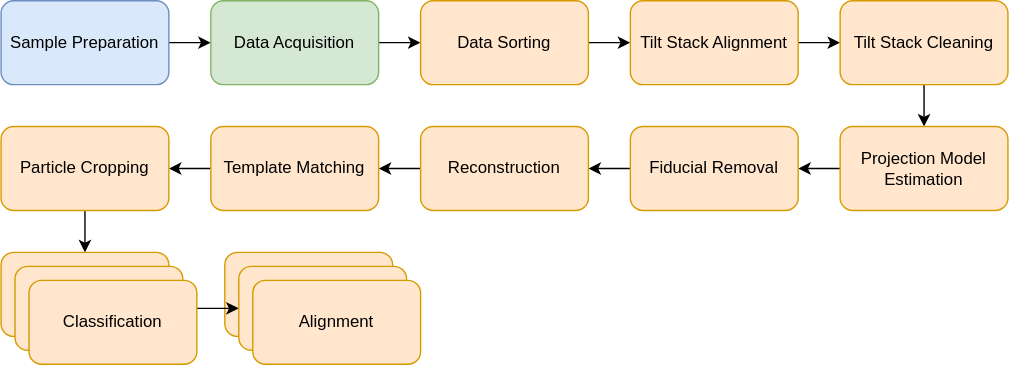
The draw.io diagram images/pipeline.svg in KudryashevLab/TomoBEAR, before a commit. Source tidied: cells renumbered, new cells last; positions are measured from the earlier drawing's top-left corner, leaving out a move shared by most shapes.
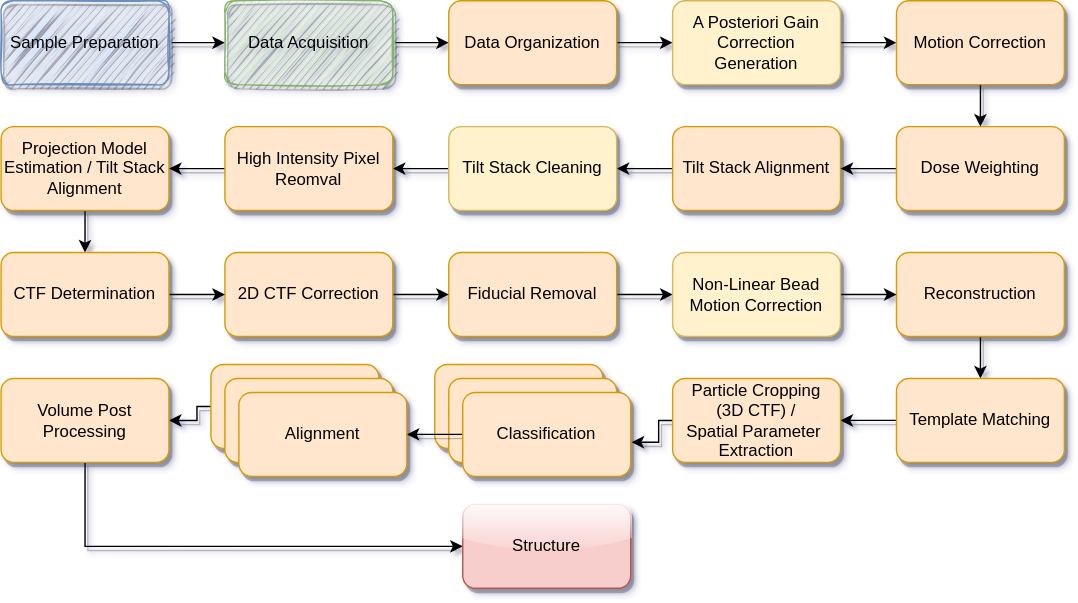
After the commit.

The edit, as a diff of the source:
```diff
@@ -2,86 +2,154 @@
   <root>
     <mxCell id="0" />
     <mxCell id="1" parent="0" />
-    <mxCell id="2" style="edgeStyle=orthogonalEdgeStyle;rounded=0;jettySize=auto;html=1;entryX=0;entryY=0.5;entryDx=0;entryDy=0;" parent="1" edge="1" source="3" target="5">
+    <mxCell id="2" style="edgeStyle=orthogonalEdgeStyle;rounded=0;jettySize=auto;html=1;entryX=0;entryY=0.5;entryDx=0;entryDy=0;shadow=1;" parent="1" edge="1" source="3" target="5">
       <mxGeometry relative="1" as="geometry" />
     </mxCell>
-    <mxCell id="3" value="Sample Preparation" style="rounded=1;whiteSpace=wrap;html=1;fillColor=#dae8fc;strokeColor=#6c8ebf;" parent="1" vertex="1">
+    <mxCell id="3" value="Sample Preparation" style="rounded=1;whiteSpace=wrap;html=1;fillColor=#dae8fc;strokeColor=#6c8ebf;shadow=1;sketch=1;" parent="1" vertex="1">
       <mxGeometry width="120" height="60" as="geometry" />
     </mxCell>
-    <mxCell id="4" style="edgeStyle=orthogonalEdgeStyle;rounded=0;jettySize=auto;html=1;" parent="1" edge="1" source="5" target="7">
+    <mxCell id="4" style="edgeStyle=orthogonalEdgeStyle;rounded=0;jettySize=auto;html=1;shadow=1;" parent="1" edge="1" source="5" target="7">
       <mxGeometry relative="1" as="geometry" />
     </mxCell>
-    <mxCell id="5" value="Data Acquisition" style="rounded=1;whiteSpace=wrap;html=1;fillColor=#d5e8d4;strokeColor=#82b366;" parent="1" vertex="1">
-      <mxGeometry x="150" width="120" height="60" as="geometry" />
+    <mxCell id="5" value="Data Acquisition" style="rounded=1;whiteSpace=wrap;html=1;fillColor=#d5e8d4;strokeColor=#82b366;sketch=1;shadow=1;" parent="1" vertex="1">
+      <mxGeometry x="160" width="120" height="60" as="geometry" />
     </mxCell>
-    <mxCell id="6" style="edgeStyle=orthogonalEdgeStyle;rounded=0;jettySize=auto;html=1;" parent="1" edge="1" source="7" target="9">
+    <mxCell id="6" style="edgeStyle=orthogonalEdgeStyle;rounded=0;jettySize=auto;html=1;entryX=0;entryY=0.5;entryDx=0;entryDy=0;shadow=1;" parent="1" edge="1" source="7" target="39">
       <mxGeometry relative="1" as="geometry" />
     </mxCell>
-    <mxCell id="7" value="Data Sorting" style="rounded=1;whiteSpace=wrap;html=1;fillColor=#ffe6cc;strokeColor=#d79b00;" parent="1" vertex="1">
-      <mxGeometry x="300" width="120" height="60" as="geometry" />
+    <mxCell id="7" value="Data Organization" style="rounded=1;whiteSpace=wrap;html=1;fillColor=#ffe6cc;strokeColor=#d79b00;shadow=1;" parent="1" vertex="1">
+      <mxGeometry x="320" width="120" height="60" as="geometry" />
     </mxCell>
-    <mxCell id="8" style="edgeStyle=orthogonalEdgeStyle;rounded=0;jettySize=auto;html=1;" parent="1" edge="1" source="9" target="11">
+    <mxCell id="8" style="edgeStyle=orthogonalEdgeStyle;rounded=0;jettySize=auto;html=1;entryX=1;entryY=0.5;entryDx=0;entryDy=0;endArrow=classic;endFill=1;strokeWidth=1;shadow=1;" parent="1" edge="1" source="9" target="11">
       <mxGeometry relative="1" as="geometry" />
     </mxCell>
-    <mxCell id="9" value="Tilt Stack Alignment" style="rounded=1;whiteSpace=wrap;html=1;fillColor=#ffe6cc;strokeColor=#d79b00;" parent="1" vertex="1">
-      <mxGeometry x="450" width="120" height="60" as="geometry" />
+    <mxCell id="9" value="Tilt Stack Alignment" style="rounded=1;whiteSpace=wrap;html=1;fillColor=#ffe6cc;strokeColor=#d79b00;shadow=1;" parent="1" vertex="1">
+      <mxGeometry x="480" y="90" width="120" height="60" as="geometry" />
     </mxCell>
-    <mxCell id="10" style="edgeStyle=orthogonalEdgeStyle;rounded=0;jettySize=auto;html=1;" parent="1" edge="1" source="11" target="13">
-      <mxGeometry relative="1" as="geometry" />
-    </mxCell>
+    <mxCell id="29" style="edgeStyle=orthogonalEdgeStyle;rounded=0;jettySize=auto;html=1;entryX=1;entryY=0.5;entryDx=0;entryDy=0;endArrow=classic;endFill=1;strokeWidth=1;shadow=1;" parent="1" edge="1" source="11" target="51">
+      <mxGeometry relative="1" as="geometry" />
+    </mxCell>
-    <mxCell id="11" value="Tilt Stack Cleaning" style="rounded=1;whiteSpace=wrap;html=1;fillColor=#ffe6cc;strokeColor=#d79b00;" parent="1" vertex="1">
-      <mxGeometry x="600" width="120" height="60" as="geometry" />
+    <mxCell id="11" value="Tilt Stack Cleaning" style="rounded=1;whiteSpace=wrap;html=1;fillColor=#fff2cc;strokeColor=#d6b656;shadow=1;" parent="1" vertex="1">
+      <mxGeometry x="320" y="90" width="120" height="60" as="geometry" />
     </mxCell>
-    <mxCell id="12" style="edgeStyle=orthogonalEdgeStyle;rounded=0;jettySize=auto;html=1;" parent="1" edge="1" source="13" target="15">
-      <mxGeometry relative="1" as="geometry" />
-    </mxCell>
+    <mxCell id="30" style="edgeStyle=orthogonalEdgeStyle;rounded=0;jettySize=auto;html=1;entryX=0.5;entryY=0;entryDx=0;entryDy=0;endArrow=classic;endFill=1;strokeWidth=1;shadow=1;" parent="1" edge="1" source="13" target="45">
+      <mxGeometry relative="1" as="geometry" />
+    </mxCell>
-    <mxCell id="13" value="Projection Model Estimation" style="rounded=1;whiteSpace=wrap;html=1;fillColor=#ffe6cc;strokeColor=#d79b00;" parent="1" vertex="1">
-      <mxGeometry x="600" y="90" width="120" height="60" as="geometry" />
+    <mxCell id="13" value="Projection Model Estimation / Tilt Stack Alignment" style="rounded=1;whiteSpace=wrap;html=1;fillColor=#ffe6cc;strokeColor=#d79b00;shadow=1;" parent="1" vertex="1">
+      <mxGeometry y="90" width="120" height="60" as="geometry" />
     </mxCell>
-    <mxCell id="14" style="edgeStyle=orthogonalEdgeStyle;rounded=0;jettySize=auto;html=1;" parent="1" edge="1" source="15" target="17">
-      <mxGeometry relative="1" as="geometry" />
-    </mxCell>
+    <mxCell id="31" style="edgeStyle=orthogonalEdgeStyle;rounded=0;jettySize=auto;html=1;entryX=0;entryY=0.5;entryDx=0;entryDy=0;endArrow=classic;endFill=1;strokeWidth=1;shadow=1;" parent="1" edge="1" source="15" target="41">
+      <mxGeometry relative="1" as="geometry" />
+    </mxCell>
-    <mxCell id="15" value="Fiducial Removal" style="rounded=1;whiteSpace=wrap;html=1;fillColor=#ffe6cc;strokeColor=#d79b00;" parent="1" vertex="1">
-      <mxGeometry x="450" y="90" width="120" height="60" as="geometry" />
+    <mxCell id="15" value="Fiducial Removal" style="rounded=1;whiteSpace=wrap;html=1;fillColor=#ffe6cc;strokeColor=#d79b00;shadow=1;" parent="1" vertex="1">
+      <mxGeometry x="320" y="180" width="120" height="60" as="geometry" />
     </mxCell>
-    <mxCell id="16" style="edgeStyle=orthogonalEdgeStyle;rounded=0;jettySize=auto;html=1;" parent="1" edge="1" source="17" target="19">
+    <mxCell id="16" style="edgeStyle=orthogonalEdgeStyle;rounded=0;jettySize=auto;html=1;entryX=0.5;entryY=0;entryDx=0;entryDy=0;endArrow=classic;endFill=1;strokeWidth=1;shadow=1;" parent="1" edge="1" source="17" target="19">
       <mxGeometry relative="1" as="geometry" />
     </mxCell>
-    <mxCell id="17" value="&lt;div&gt;Reconstruction&lt;/div&gt;" style="rounded=1;whiteSpace=wrap;html=1;fillColor=#ffe6cc;strokeColor=#d79b00;" parent="1" vertex="1">
-      <mxGeometry x="300" y="90" width="120" height="60" as="geometry" />
+    <mxCell id="17" value="&lt;div&gt;Reconstruction&lt;/div&gt;" style="rounded=1;whiteSpace=wrap;html=1;fillColor=#ffe6cc;strokeColor=#d79b00;shadow=1;" parent="1" vertex="1">
+      <mxGeometry x="640" y="180" width="120" height="60" as="geometry" />
     </mxCell>
-    <mxCell id="18" style="edgeStyle=orthogonalEdgeStyle;rounded=0;jettySize=auto;html=1;" parent="1" edge="1" source="19" target="21">
+    <mxCell id="18" style="edgeStyle=orthogonalEdgeStyle;rounded=0;jettySize=auto;html=1;entryX=1;entryY=0.5;entryDx=0;entryDy=0;endArrow=classic;endFill=1;strokeWidth=1;shadow=1;" parent="1" edge="1" source="19" target="21">
       <mxGeometry relative="1" as="geometry" />
     </mxCell>
-    <mxCell id="19" value="Template Matching" style="rounded=1;whiteSpace=wrap;html=1;fillColor=#ffe6cc;strokeColor=#d79b00;" parent="1" vertex="1">
-      <mxGeometry x="150" y="90" width="120" height="60" as="geometry" />
+    <mxCell id="19" value="Template Matching" style="rounded=1;whiteSpace=wrap;html=1;fillColor=#ffe6cc;strokeColor=#d79b00;shadow=1;" parent="1" vertex="1">
+      <mxGeometry x="640" y="270" width="120" height="60" as="geometry" />
     </mxCell>
-    <mxCell id="20" style="edgeStyle=orthogonalEdgeStyle;rounded=0;jettySize=auto;html=1;" parent="1" edge="1" source="21" target="22">
-      <mxGeometry relative="1" as="geometry" />
-    </mxCell>
+    <mxCell id="32" style="edgeStyle=orthogonalEdgeStyle;rounded=0;jettySize=auto;html=1;entryX=1.006;entryY=0.593;entryDx=0;entryDy=0;entryPerimeter=0;endArrow=classic;endFill=1;strokeWidth=1;shadow=1;" parent="1" edge="1" source="21" target="26">
+      <mxGeometry relative="1" as="geometry">
+        <Array as="points">
+          <mxPoint x="470" y="300" />
+          <mxPoint x="470" y="316" />
+        </Array>
+      </mxGeometry>
+    </mxCell>
-    <mxCell id="21" value="Particle Cropping" style="rounded=1;whiteSpace=wrap;html=1;fillColor=#ffe6cc;strokeColor=#d79b00;" parent="1" vertex="1">
-      <mxGeometry y="90" width="120" height="60" as="geometry" />
+    <mxCell id="21" value="&lt;div&gt;Particle Cropping&lt;/div&gt;&lt;div&gt;(3D CTF) /&lt;/div&gt;&lt;div&gt;Spatial Parameter&amp;nbsp; Extraction&lt;/div&gt;" style="rounded=1;whiteSpace=wrap;html=1;fillColor=#ffe6cc;strokeColor=#d79b00;shadow=1;" parent="1" vertex="1">
+      <mxGeometry x="480" y="270" width="120" height="60" as="geometry" />
     </mxCell>
-    <mxCell id="22" value="Classification" style="rounded=1;whiteSpace=wrap;html=1;fillColor=#ffe6cc;strokeColor=#d79b00;" parent="1" vertex="1">
-      <mxGeometry y="180" width="120" height="60" as="geometry" />
+    <mxCell id="22" value="Classification" style="rounded=1;whiteSpace=wrap;html=1;fillColor=#ffe6cc;strokeColor=#d79b00;shadow=1;" parent="1" vertex="1">
+      <mxGeometry x="310" y="260" width="120" height="60" as="geometry" />
     </mxCell>
+    <mxCell id="33" style="edgeStyle=orthogonalEdgeStyle;rounded=0;jettySize=auto;html=1;entryX=1;entryY=0.5;entryDx=0;entryDy=0;endArrow=classic;endFill=1;strokeWidth=1;shadow=1;" parent="1" edge="1" source="23" target="36">
+      <mxGeometry relative="1" as="geometry">
+        <Array as="points">
+          <mxPoint x="140" y="290" />
+          <mxPoint x="140" y="300" />
+        </Array>
+      </mxGeometry>
+    </mxCell>
-    <mxCell id="23" value="Alignment" style="rounded=1;whiteSpace=wrap;html=1;fillColor=#ffe6cc;strokeColor=#d79b00;" parent="1" vertex="1">
-      <mxGeometry x="160" y="180" width="120" height="60" as="geometry" />
+    <mxCell id="23" value="Alignment" style="rounded=1;whiteSpace=wrap;html=1;fillColor=#ffe6cc;strokeColor=#d79b00;shadow=1;" parent="1" vertex="1">
+      <mxGeometry x="150" y="260" width="120" height="60" as="geometry" />
     </mxCell>
-    <mxCell id="24" style="edgeStyle=orthogonalEdgeStyle;rounded=0;jettySize=auto;html=1;entryX=0;entryY=0.5;entryDx=0;entryDy=0;" parent="1" edge="1" source="25" target="27">
-      <mxGeometry relative="1" as="geometry" />
-    </mxCell>
-    <mxCell id="25" value="Classification" style="rounded=1;whiteSpace=wrap;html=1;fillColor=#ffe6cc;strokeColor=#d79b00;" parent="1" vertex="1">
-      <mxGeometry x="10" y="190" width="120" height="60" as="geometry" />
+    <mxCell id="25" value="Classification" style="rounded=1;whiteSpace=wrap;html=1;fillColor=#ffe6cc;strokeColor=#d79b00;shadow=1;" parent="1" vertex="1">
+      <mxGeometry x="320" y="270" width="120" height="60" as="geometry" />
     </mxCell>
+    <mxCell id="34" style="edgeStyle=orthogonalEdgeStyle;rounded=0;jettySize=auto;html=1;entryX=1;entryY=0.5;entryDx=0;entryDy=0;endArrow=classic;endFill=1;strokeWidth=1;shadow=1;" parent="1" edge="1" source="26" target="28">
+      <mxGeometry relative="1" as="geometry" />
+    </mxCell>
-    <mxCell id="26" value="Classification" style="rounded=1;whiteSpace=wrap;html=1;fillColor=#ffe6cc;strokeColor=#d79b00;" parent="1" vertex="1">
-      <mxGeometry x="20" y="200" width="120" height="60" as="geometry" />
+    <mxCell id="26" value="Classification" style="rounded=1;whiteSpace=wrap;html=1;fillColor=#ffe6cc;strokeColor=#d79b00;shadow=1;" parent="1" vertex="1">
+      <mxGeometry x="330" y="280" width="120" height="60" as="geometry" />
     </mxCell>
-    <mxCell id="27" value="Alignment" style="rounded=1;whiteSpace=wrap;html=1;fillColor=#ffe6cc;strokeColor=#d79b00;" parent="1" vertex="1">
-      <mxGeometry x="170" y="190" width="120" height="60" as="geometry" />
+    <mxCell id="27" value="Alignment" style="rounded=1;whiteSpace=wrap;html=1;fillColor=#ffe6cc;strokeColor=#d79b00;shadow=1;" parent="1" vertex="1">
+      <mxGeometry x="160" y="270" width="120" height="60" as="geometry" />
     </mxCell>
-    <mxCell id="28" value="Alignment" style="rounded=1;whiteSpace=wrap;html=1;fillColor=#ffe6cc;strokeColor=#d79b00;" parent="1" vertex="1">
-      <mxGeometry x="180" y="200" width="120" height="60" as="geometry" />
+    <mxCell id="28" value="Alignment" style="rounded=1;whiteSpace=wrap;html=1;fillColor=#ffe6cc;strokeColor=#d79b00;shadow=1;" parent="1" vertex="1">
+      <mxGeometry x="170" y="280" width="120" height="60" as="geometry" />
     </mxCell>
+    <mxCell id="35" style="edgeStyle=orthogonalEdgeStyle;rounded=0;jettySize=auto;html=1;entryX=0;entryY=0.5;entryDx=0;entryDy=0;endArrow=classic;endFill=1;strokeWidth=1;shadow=1;" parent="1" edge="1" source="36" target="37">
+      <mxGeometry relative="1" as="geometry">
+        <Array as="points">
+          <mxPoint x="60" y="390" />
+        </Array>
+      </mxGeometry>
+    </mxCell>
+    <mxCell id="36" value="Volume Post Processing" style="rounded=1;whiteSpace=wrap;html=1;fillColor=#ffe6cc;strokeColor=#d79b00;shadow=1;" parent="1" vertex="1">
+      <mxGeometry y="270" width="120" height="60" as="geometry" />
+    </mxCell>
+    <mxCell id="37" value="Structure" style="rounded=1;whiteSpace=wrap;html=1;fillColor=#f8cecc;strokeColor=#b85450;sketch=0;glass=1;shadow=1;" parent="1" vertex="1">
+      <mxGeometry x="330" y="360" width="120" height="60" as="geometry" />
+    </mxCell>
+    <mxCell id="38" style="edgeStyle=orthogonalEdgeStyle;rounded=0;jettySize=auto;html=1;entryX=0;entryY=0.5;entryDx=0;entryDy=0;endArrow=classic;endFill=1;strokeWidth=1;shadow=1;" parent="1" edge="1" source="39" target="49">
+      <mxGeometry relative="1" as="geometry" />
+    </mxCell>
+    <mxCell id="39" value="A Posteriori Gain Correction Generation" style="rounded=1;whiteSpace=wrap;html=1;fillColor=#fff2cc;strokeColor=#d6b656;shadow=1;" parent="1" vertex="1">
+      <mxGeometry x="480" width="120" height="60" as="geometry" />
+    </mxCell>
+    <mxCell id="40" style="edgeStyle=orthogonalEdgeStyle;rounded=0;jettySize=auto;html=1;entryX=0;entryY=0.5;entryDx=0;entryDy=0;endArrow=classic;endFill=1;strokeWidth=1;shadow=1;" parent="1" edge="1" source="41" target="17">
+      <mxGeometry relative="1" as="geometry" />
+    </mxCell>
+    <mxCell id="41" value="Non-Linear Bead Motion Correction" style="rounded=1;whiteSpace=wrap;html=1;fillColor=#fff2cc;strokeColor=#d6b656;shadow=1;" parent="1" vertex="1">
+      <mxGeometry x="480" y="180" width="120" height="60" as="geometry" />
+    </mxCell>
+    <mxCell id="42" style="edgeStyle=orthogonalEdgeStyle;rounded=0;jettySize=auto;html=1;entryX=0;entryY=0.5;entryDx=0;entryDy=0;endArrow=classic;endFill=1;strokeWidth=1;shadow=1;" parent="1" edge="1" source="43" target="15">
+      <mxGeometry relative="1" as="geometry" />
+    </mxCell>
+    <mxCell id="43" value="2D CTF Correction" style="rounded=1;whiteSpace=wrap;html=1;fillColor=#ffe6cc;strokeColor=#d79b00;shadow=1;" parent="1" vertex="1">
+      <mxGeometry x="160" y="180" width="120" height="60" as="geometry" />
+    </mxCell>
+    <mxCell id="44" style="edgeStyle=orthogonalEdgeStyle;rounded=0;jettySize=auto;html=1;entryX=0;entryY=0.5;entryDx=0;entryDy=0;endArrow=classic;endFill=1;strokeWidth=1;shadow=1;" parent="1" edge="1" source="45" target="43">
+      <mxGeometry relative="1" as="geometry" />
+    </mxCell>
+    <mxCell id="45" value="CTF Determination" style="rounded=1;whiteSpace=wrap;html=1;fillColor=#ffe6cc;strokeColor=#d79b00;shadow=1;" parent="1" vertex="1">
+      <mxGeometry y="180" width="120" height="60" as="geometry" />
+    </mxCell>
+    <mxCell id="46" style="edgeStyle=orthogonalEdgeStyle;rounded=0;jettySize=auto;html=1;entryX=1;entryY=0.5;entryDx=0;entryDy=0;endArrow=classic;endFill=1;strokeWidth=1;shadow=1;" parent="1" edge="1" source="47" target="9">
+      <mxGeometry relative="1" as="geometry" />
+    </mxCell>
+    <mxCell id="47" value="&lt;div&gt;Dose Weighting&lt;/div&gt;" style="rounded=1;whiteSpace=wrap;html=1;fillColor=#ffe6cc;strokeColor=#d79b00;shadow=1;" parent="1" vertex="1">
+      <mxGeometry x="640" y="90" width="120" height="60" as="geometry" />
+    </mxCell>
+    <mxCell id="48" style="edgeStyle=orthogonalEdgeStyle;rounded=0;jettySize=auto;html=1;entryX=0.5;entryY=0;entryDx=0;entryDy=0;endArrow=classic;endFill=1;strokeWidth=1;shadow=1;" parent="1" edge="1" source="49" target="47">
+      <mxGeometry relative="1" as="geometry" />
+    </mxCell>
+    <mxCell id="49" value="Motion Correction" style="rounded=1;whiteSpace=wrap;html=1;fillColor=#ffe6cc;strokeColor=#d79b00;shadow=1;" parent="1" vertex="1">
+      <mxGeometry x="640" width="120" height="60" as="geometry" />
+    </mxCell>
+    <mxCell id="50" style="edgeStyle=orthogonalEdgeStyle;rounded=0;jettySize=auto;html=1;entryX=1;entryY=0.5;entryDx=0;entryDy=0;endArrow=classic;endFill=1;strokeWidth=1;shadow=1;" parent="1" edge="1" source="51" target="13">
+      <mxGeometry relative="1" as="geometry" />
+    </mxCell>
+    <mxCell id="51" value="High Intensity Pixel Reomval" style="rounded=1;whiteSpace=wrap;html=1;fillColor=#ffe6cc;strokeColor=#d79b00;shadow=1;" parent="1" vertex="1">
+      <mxGeometry x="160" y="90" width="120" height="60" as="geometry" />
+    </mxCell>
   </root>
 </mxGraphModel>
```
